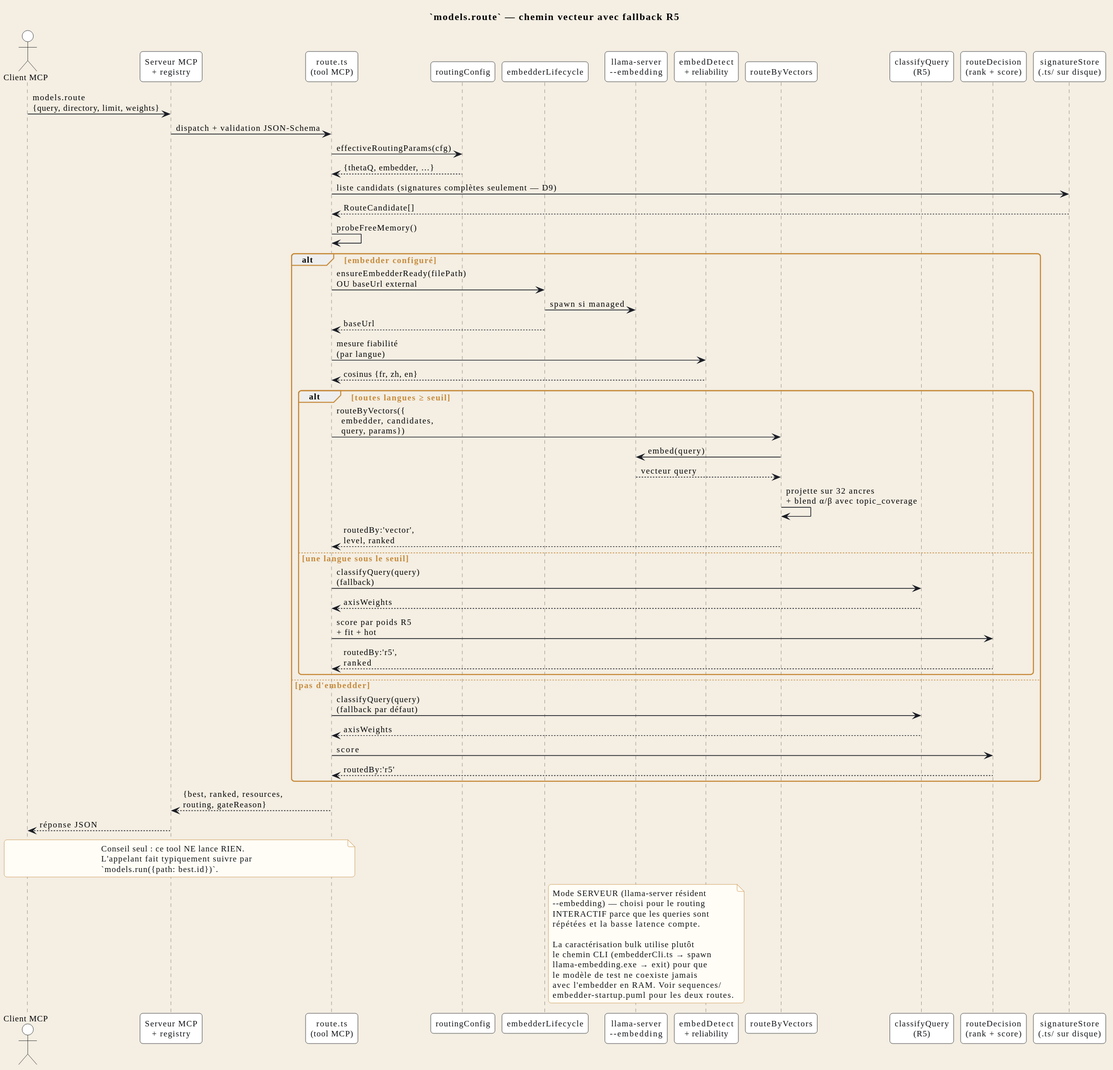
The PlantUML diagram docs/fr/svg/routing-flow.svg in Syphys/maestria, before a commit. Its diagram source:
```plantuml
@startuml
!include ../_includes/style.iuml

title `models.route` — chemin vecteur avec fallback R5

actor "Client MCP" as CLI
participant "Serveur MCP\n+ registry" as MCP
participant "route.ts\n(tool MCP)" as TOOL
participant "routingConfig" as CFG
participant "embedderLifecycle" as ELC
participant "llama-server\n--embedding" as EMB
participant "embedDetect\n+ reliability" as REL
participant "routeByVectors" as VEC
participant "classifyQuery\n(R5)" as R5
participant "routeDecision\n(rank + score)" as RANK
participant "signatureStore\n(.ts/ sur disque)" as SIG

CLI -> MCP : models.route\n{query, directory, limit, weights}
MCP -> TOOL : dispatch + validation JSON-Schema
TOOL -> CFG : effectiveRoutingParams(cfg)
CFG --> TOOL : {thetaQ, embedder, …}
TOOL -> SIG : liste candidats (signatures complètes seulement — D9)
SIG --> TOOL : RouteCandidate[]
TOOL -> TOOL : probeFreeMemory()

alt embedder configuré
  TOOL -> ELC : ensureEmbedderReady(filePath)\nOU baseUrl external
  ELC -> EMB : spawn si managed
  ELC --> TOOL : baseUrl
  TOOL -> REL : mesure fiabilité\n(par langue)
  REL --> TOOL : cosinus {fr, zh, en}
  alt toutes langues ≥ seuil
    TOOL -> VEC : routeByVectors({\n  embedder, candidates,\n  query, params})
    VEC -> EMB : embed(query)
    EMB --> VEC : vecteur query
    VEC -> VEC : projette sur 32 ancres\n+ blend α/β avec topic_coverage
    VEC --> TOOL : routedBy:'vector',\nlevel, ranked
  else une langue sous le seuil
    TOOL -> R5 : classifyQuery(query)\n(fallback)
    R5 --> TOOL : axisWeights
    TOOL -> RANK : score par poids R5\n+ fit + hot
    RANK --> TOOL : routedBy:'r5',\nranked
  end
else pas d'embedder
  TOOL -> R5 : classifyQuery(query)\n(fallback par défaut)
  R5 --> TOOL : axisWeights
  TOOL -> RANK : score
  RANK --> TOOL : routedBy:'r5'
end

TOOL --> MCP : {best, ranked, resources,\nrouting, gateReason}
MCP --> CLI : réponse JSON

note over CLI, TOOL
  Conseil seul : ce tool NE lance RIEN.
  L'appelant fait typiquement suivre par
  `models.run({path: best.id})`.
end note

note right of ELC
  Mode SERVEUR (llama-server résident
  --embedding) — choisi pour le routing
  INTERACTIF parce que les queries sont
  répétées et la basse latence compte.

  La caractérisation bulk utilise plutôt
  le chemin CLI (embedderCli.ts → spawn
  llama-embedding.exe → exit) pour que
  le modèle de test ne coexiste jamais
  avec l'embedder en RAM. Voir sequences/
  embedder-startup.puml pour les deux routes.
end note
@enduml
```
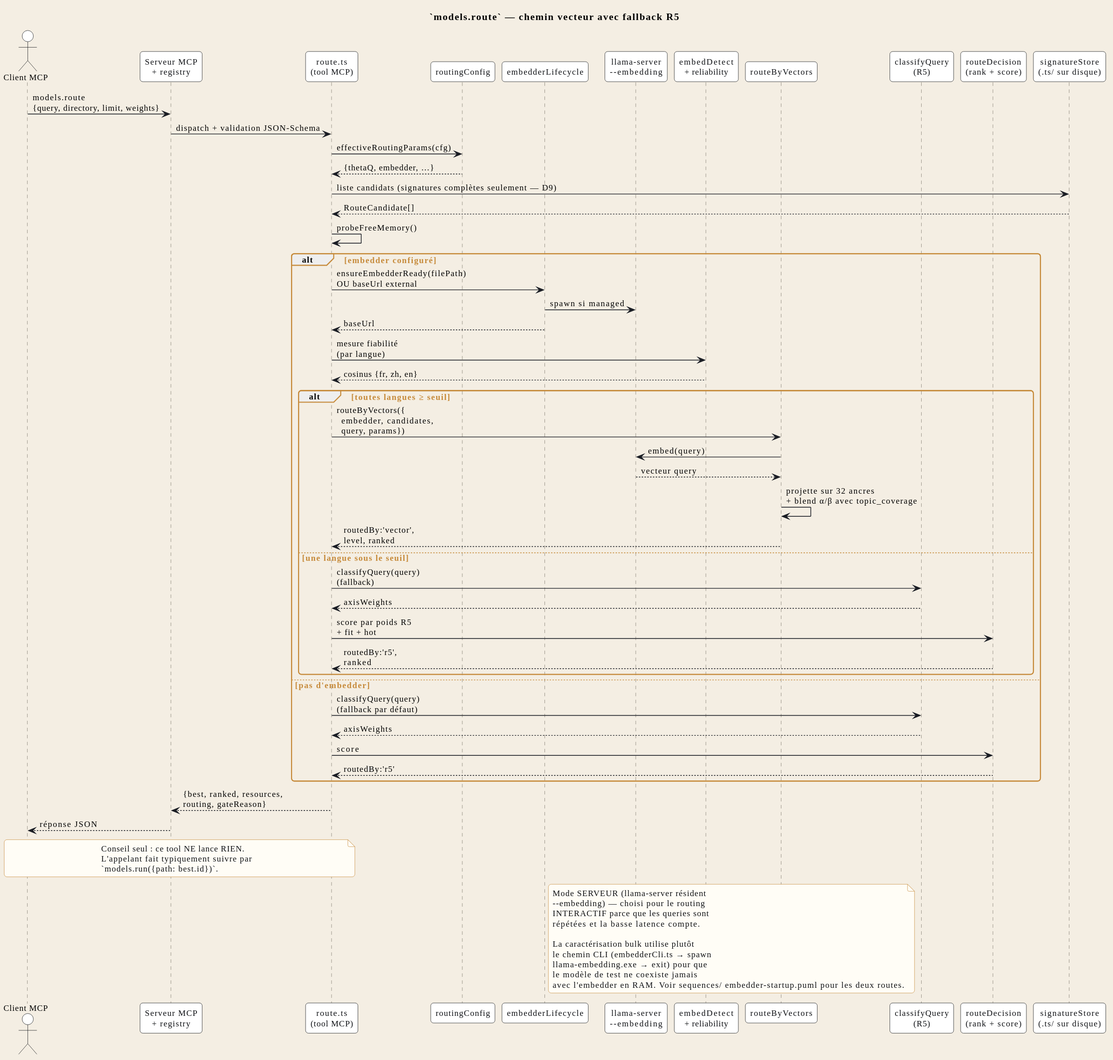
After the commit.

Diff of the diagram source:
```diff
@@ -1,11 +1,11 @@
 @startuml
 !include ../_includes/style.iuml
 
-title `models.route` — chemin vecteur avec fallback R5
+title STR_RFLOW_TITLE
 
-actor "Client MCP" as CLI
-participant "Serveur MCP\n+ registry" as MCP
-participant "route.ts\n(tool MCP)" as TOOL
+actor "STR_RFLOW_CLI_ACTOR" as CLI
+participant "STR_RFLOW_MCP" as MCP
+participant "STR_RFLOW_TOOL" as TOOL
 participant "routingConfig" as CFG
 participant "embedderLifecycle" as ELC
 participant "llama-server\n--embedding" as EMB
@@ -13,61 +13,60 @@
 participant "routeByVectors" as VEC
 participant "classifyQuery\n(R5)" as R5
 participant "routeDecision\n(rank + score)" as RANK
-participant "signatureStore\n(.ts/ sur disque)" as SIG
+participant "STR_RFLOW_SIG" as SIG
 
 CLI -> MCP : models.route\n{query, directory, limit, weights}
-MCP -> TOOL : dispatch + validation JSON-Schema
+MCP -> TOOL : STR_RFLOW_MSG_DISPATCH
 TOOL -> CFG : effectiveRoutingParams(cfg)
 CFG --> TOOL : {thetaQ, embedder, …}
-TOOL -> SIG : liste candidats (signatures complètes seulement — D9)
+TOOL -> SIG : STR_RFLOW_MSG_LIST_CANDS
 SIG --> TOOL : RouteCandidate[]
 TOOL -> TOOL : probeFreeMemory()
 
-alt embedder configuré
-  TOOL -> ELC : ensureEmbedderReady(filePath)\nOU baseUrl external
-  ELC -> EMB : spawn si managed
+alt STR_RFLOW_ALT_EMB_CONFIG
+  TOOL -> ELC : STR_RFLOW_MSG_ENSURE_READY
+  ELC -> EMB : STR_RFLOW_MSG_SPAWN_IF_MANAGED
   ELC --> TOOL : baseUrl
-  TOOL -> REL : mesure fiabilité\n(par langue)
-  REL --> TOOL : cosinus {fr, zh, en}
-  alt toutes langues ≥ seuil
+  TOOL -> REL : STR_RFLOW_MSG_MEASURE_REL
+  REL --> TOOL : STR_RFLOW_MSG_COSINES
+  alt STR_RFLOW_ALT_ALL_LANGS_OK
     TOOL -> VEC : routeByVectors({\n  embedder, candidates,\n  query, params})
     VEC -> EMB : embed(query)
-    EMB --> VEC : vecteur query
-    VEC -> VEC : projette sur 32 ancres\n+ blend α/β avec topic_coverage
+    EMB --> VEC : STR_RFLOW_MSG_QUERY_VEC
+    VEC -> VEC : STR_RFLOW_MSG_PROJ_BLEND
     VEC --> TOOL : routedBy:'vector',\nlevel, ranked
-  else une langue sous le seuil
-    TOOL -> R5 : classifyQuery(query)\n(fallback)
+  else STR_RFLOW_ELSE_LANG_BELOW
+    TOOL -> R5 : STR_RFLOW_MSG_CLASSIFY_FALLBACK
     R5 --> TOOL : axisWeights
-    TOOL -> RANK : score par poids R5\n+ fit + hot
+    TOOL -> RANK : STR_RFLOW_MSG_SCORE_R5
     RANK --> TOOL : routedBy:'r5',\nranked
   end
-else pas d'embedder
-  TOOL -> R5 : classifyQuery(query)\n(fallback par défaut)
+else STR_RFLOW_ELSE_NO_EMB
+  TOOL -> R5 : STR_RFLOW_MSG_CLASSIFY_DEFAULT
   R5 --> TOOL : axisWeights
   TOOL -> RANK : score
   RANK --> TOOL : routedBy:'r5'
 end
 
 TOOL --> MCP : {best, ranked, resources,\nrouting, gateReason}
-MCP --> CLI : réponse JSON
+MCP --> CLI : STR_RFLOW_MSG_JSON_RESP
 
 note over CLI, TOOL
-  Conseil seul : ce tool NE lance RIEN.
-  L'appelant fait typiquement suivre par
-  `models.run({path: best.id})`.
+  STR_RFLOW_NOTE_ADVICE_L1
+  STR_RFLOW_NOTE_ADVICE_L2
+  STR_RFLOW_NOTE_ADVICE_L3
 end note
 
 note right of ELC
-  Mode SERVEUR (llama-server résident
-  --embedding) — choisi pour le routing
-  INTERACTIF parce que les queries sont
-  répétées et la basse latence compte.
+  STR_RFLOW_NOTE_ELC_L1
+  STR_RFLOW_NOTE_ELC_L2
+  STR_RFLOW_NOTE_ELC_L3
+  STR_RFLOW_NOTE_ELC_L4
 
-  La caractérisation bulk utilise plutôt
-  le chemin CLI (embedderCli.ts → spawn
-  llama-embedding.exe → exit) pour que
-  le modèle de test ne coexiste jamais
-  avec l'embedder en RAM. Voir sequences/
-  embedder-startup.puml pour les deux routes.
+  STR_RFLOW_NOTE_ELC_L5
+  STR_RFLOW_NOTE_ELC_L6
+  STR_RFLOW_NOTE_ELC_L7
+  STR_RFLOW_NOTE_ELC_L8
+  STR_RFLOW_NOTE_ELC_L9
 end note
 @enduml
```
